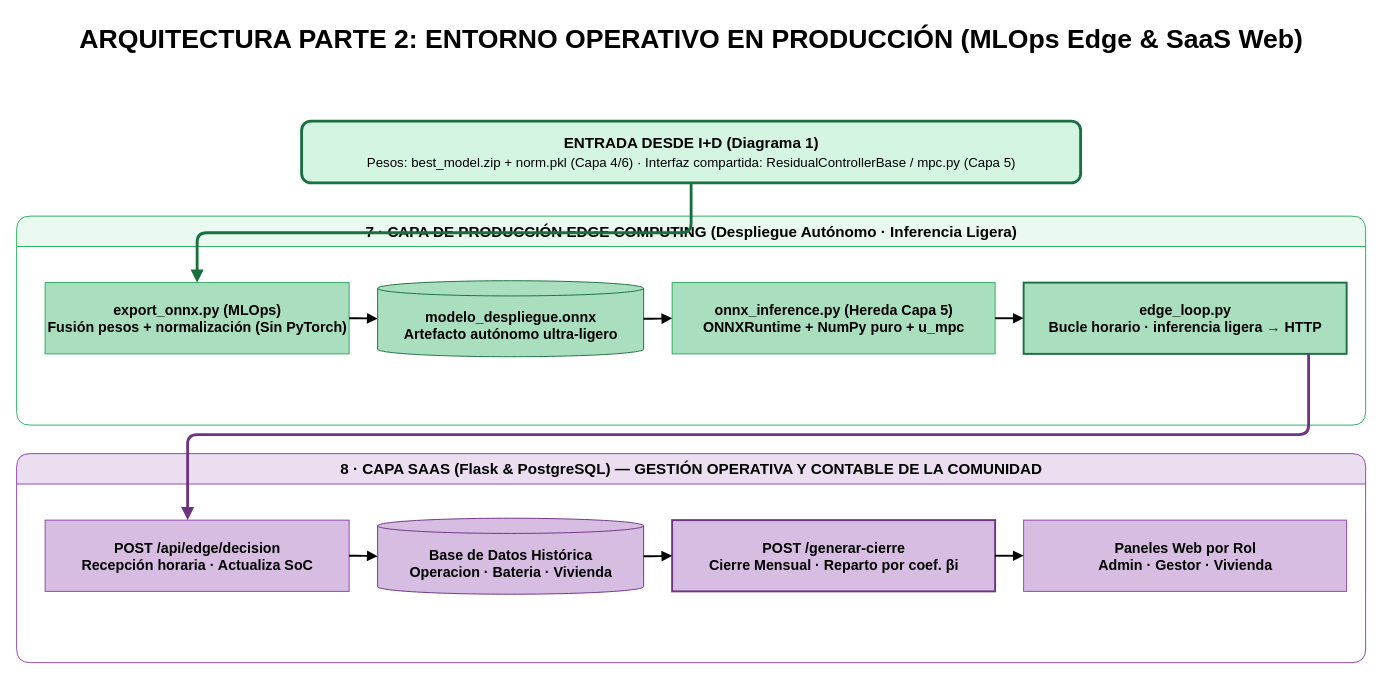
This is doc/diagramas/arquitectura_2_produccion.drawio from Roberto-RodriguezNunez/Plataforma-Optimizacion-Comunidades-Energeticas_TFG_RobertoRN, a draw.io file, before an edit. Source tidied: cells renumbered, new cells numbered last; positions are measured from the earlier drawing's top-left corner, leaving out a move shared by most shapes. Both pictures are drawn from the tidied source at 95%, with x=0, y=0 at pixel (16, 16).
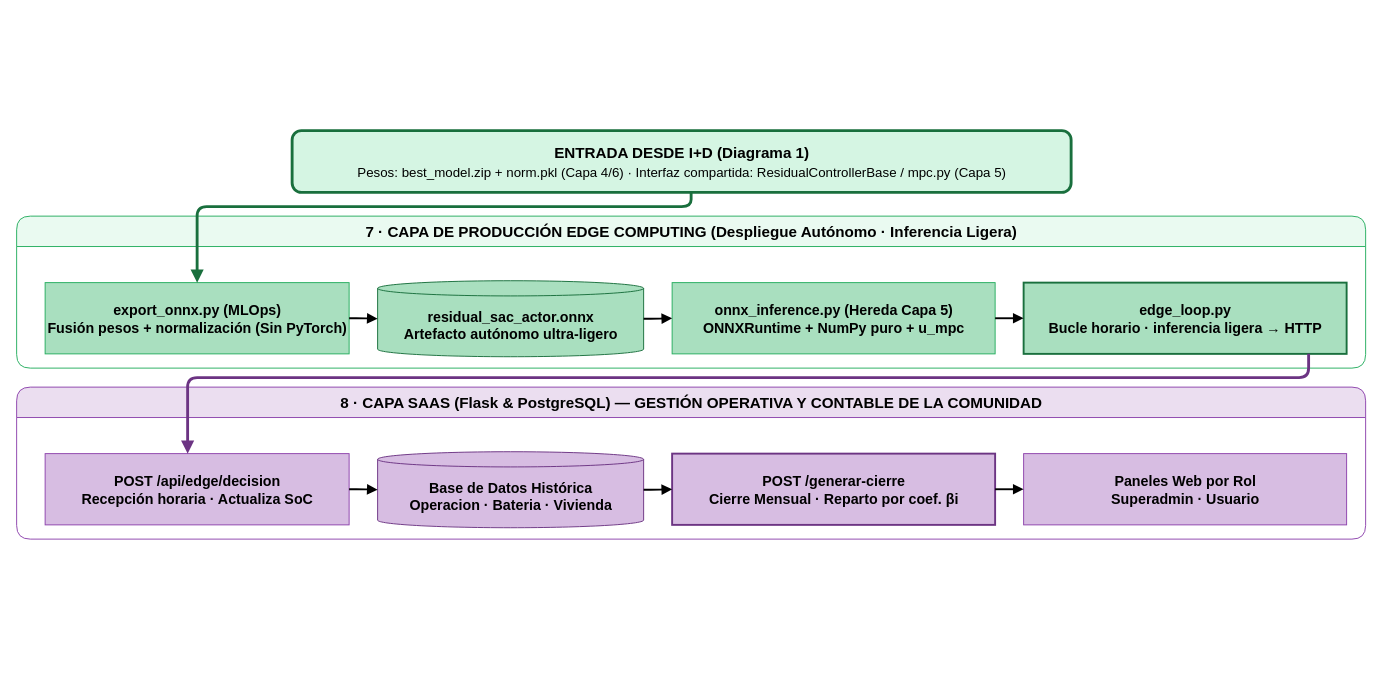
The same diagram, later.

The change refers to these unchanged cells:
```xml
<mxCell id="5" value="export_onnx.py (MLOps)&#10;Fusión pesos + normalización (Sin PyTorch)" style="rounded=0;html=1;fillColor=#A9DFBF;strokeColor=#27AE60;fontStyle=1;fontSize=15;" parent="4" vertex="1">
  <mxGeometry x="30" y="70" width="320" height="75" as="geometry" />
</mxCell>
<mxCell id="8" value="edge_loop.py&#10;Bucle horario · inferencia ligera → HTTP" style="rounded=0;html=1;fillColor=#A9DFBF;strokeColor=#196F3D;fontStyle=1;fontSize=15;strokeWidth=2;" parent="4" vertex="1">
  <mxGeometry x="1060" y="70" width="340" height="75" as="geometry" />
</mxCell>
<mxCell id="13" value="POST /api/edge/decision&#10;Recepción horaria · Actualiza SoC" style="rounded=0;html=1;fillColor=#D7BDE2;strokeColor=#8E44AD;fontStyle=1;fontSize=15;" parent="12" vertex="1">
  <mxGeometry x="30" y="70" width="320" height="75" as="geometry" />
</mxCell>
```

What changed in the source:
```diff
@@
-    <mxCell id="2" value="ARQUITECTURA PARTE 2: ENTORNO OPERATIVO EN PRODUCCIÓN (MLOps Edge &amp; SaaS Web)" style="text;html=1;strokeColor=none;fillColor=none;align=center;fontSize=28;fontStyle=1;fontFamily=Arial;" parent="1" vertex="1">
-      <mxGeometry width="1420" height="50" as="geometry" />
-    </mxCell>
     <mxCell id="3" value="&lt;b&gt;ENTRADA DESDE I+D (Diagrama 1)&lt;/b&gt;&lt;br/&gt;&lt;span style='font-weight:normal;font-size:14px;'&gt;Pesos: best_model.zip + norm.pkl (Capa 4/6) · Interfaz compartida: ResidualControllerBase / mpc.py (Capa 5)&lt;/span&gt;" style="rounded=1;html=1;fillColor=#D5F5E3;strokeColor=#196F3D;strokeWidth=3;fontStyle=1;fontSize=16;align=center;" parent="1" vertex="1">
-      <mxGeometry x="300" y="110" width="820" height="65" as="geometry" />
+      <mxGeometry x="290" y="120" width="820" height="65" as="geometry" />
     </mxCell>
     <mxCell id="4" value="7 · CAPA DE PRODUCCIÓN EDGE COMPUTING (Despliegue Autónomo · Inferencia Ligera)" style="swimlane;startSize=32;html=1;rounded=1;fillColor=#EAFAF1;strokeColor=#27AE60;fontStyle=1;fontSize=16;verticalAlign=top;" parent="1" vertex="1">
-      <mxGeometry y="210" width="1420" height="220" as="geometry" />
+      <mxGeometry y="210" width="1420" height="160" as="geometry" />
     </mxCell>
@@
-    <mxCell id="6" value="modelo_despliegue.onnx&#10;Artefacto autónomo ultra-ligero" style="shape=cylinder3;html=1;boundedLbl=1;backgroundOutline=1;size=8;fillColor=#A9DFBF;strokeColor=#196F3D;fontStyle=1;fontSize=15;" parent="4" vertex="1">
+    <mxCell id="6" value="residual_sac_actor.onnx&#10;Artefacto autónomo ultra-ligero" style="shape=cylinder3;html=1;boundedLbl=1;backgroundOutline=1;size=8;fillColor=#A9DFBF;strokeColor=#196F3D;fontStyle=1;fontSize=15;" parent="4" vertex="1">
       <mxGeometry x="380" y="68" width="280" height="80" as="geometry" />
     </mxCell>
@@
     <mxCell id="12" value="8 · CAPA SAAS (Flask &amp; PostgreSQL) — GESTIÓN OPERATIVA Y CONTABLE DE LA COMUNIDAD" style="swimlane;startSize=32;html=1;rounded=1;fillColor=#EBDEF0;strokeColor=#8E44AD;fontStyle=1;fontSize=16;verticalAlign=top;" parent="1" vertex="1">
-      <mxGeometry y="460" width="1420" height="220" as="geometry" />
+      <mxGeometry y="390" width="1420" height="160" as="geometry" />
     </mxCell>
@@
-    <mxCell id="16" value="Paneles Web por Rol&#10;Admin · Gestor · Vivienda" style="rounded=0;html=1;fillColor=#D7BDE2;strokeColor=#8E44AD;fontStyle=1;fontSize=15;" parent="12" vertex="1">
+    <mxCell id="16" value="Paneles Web por Rol&#10;Superadmin · Usuario" style="rounded=0;html=1;fillColor=#D7BDE2;strokeColor=#8E44AD;fontStyle=1;fontSize=15;" parent="12" vertex="1">
       <mxGeometry x="1060" y="70" width="340" height="75" as="geometry" />
     </mxCell>
@@
     <mxCell id="20" style="edgeStyle=orthogonalEdgeStyle;html=1;endArrow=block;strokeWidth=3;strokeColor=#196F3D;" parent="1" edge="1" source="3" target="5">
-      <mxGeometry relative="1" as="geometry" />
+      <mxGeometry relative="1" as="geometry">
+        <Array as="points">
+          <mxPoint x="710" y="200" />
+          <mxPoint x="190" y="200" />
+        </Array>
+      </mxGeometry>
     </mxCell>
     <mxCell id="21" style="edgeStyle=orthogonalEdgeStyle;html=1;endArrow=block;strokeWidth=3;strokeColor=#6C3483;" parent="1" edge="1" source="8" target="13">
       <mxGeometry relative="1" as="geometry">
         <Array as="points">
-          <mxPoint x="1360" y="440" />
-          <mxPoint x="180" y="440" />
+          <mxPoint x="1360" y="380" />
+          <mxPoint x="180" y="380" />
         </Array>
       </mxGeometry>
     </mxCell>
```
